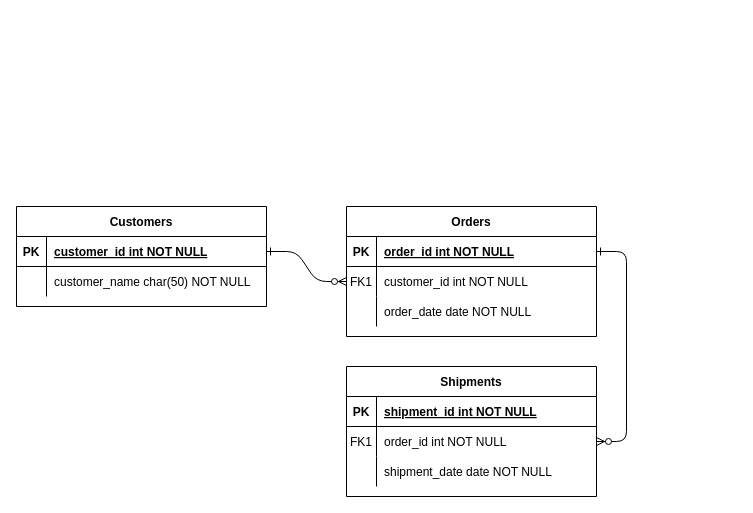
Before: 詐騙ERD.drawio in 0113-xuan/HW4, a draw.io diagram. Source tidied: cells renumbered, new cells numbered last; positions are measured from the earlier drawing's top-left corner, leaving out a move shared by most shapes. Both pictures are drawn from the tidied source at 100%, with x=0, y=0 at pixel (16, 206).
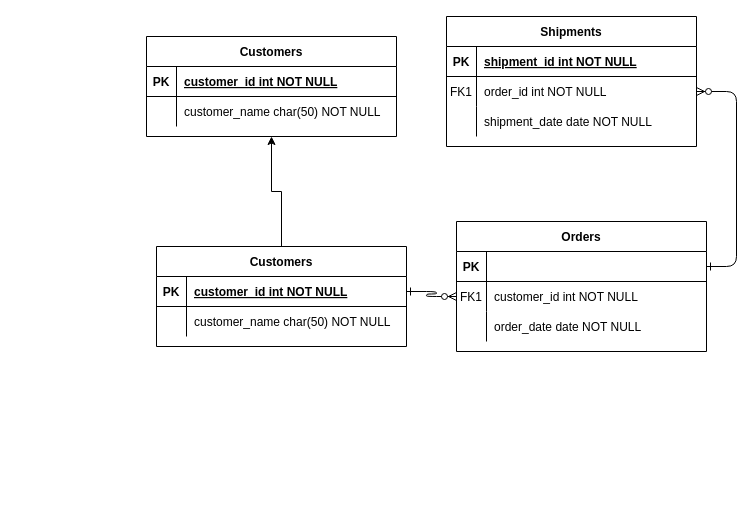
The same page after the edit.

The change refers to these unchanged cells:
```xml
<mxCell id="5" style="shape=partialRectangle;fillColor=none;points=[[0,0.5],[1,0.5]];portConstraint=eastwest;top=0;left=0;right=0;bottom=1;" parent="4" vertex="1">
  <mxGeometry y="30" width="250" height="30" as="geometry" />
</mxCell>
```

Change to the diagram source:
```diff
@@
     <mxCell id="4" value="Orders" style="shape=table;startSize=30;childLayout=tableLayout;rowLines=0;fontStyle=1;align=center;" parent="1" vertex="1">
-      <mxGeometry x="330" width="250" height="130" as="geometry" />
+      <mxGeometry x="440" y="15" width="250" height="130" as="geometry" />
     </mxCell>
@@
-    <mxCell id="7" value="order_id int NOT NULL " style="shape=partialRectangle;overflow=hidden;fillColor=none;top=0;left=0;bottom=0;right=0;align=left;spacingLeft=6;fontStyle=5;" parent="5" vertex="1">
+    <mxCell id="7" style="shape=partialRectangle;overflow=hidden;fillColor=none;top=0;left=0;bottom=0;right=0;align=left;spacingLeft=6;fontStyle=5;" parent="5" vertex="1">
       <mxGeometry x="30" width="220" height="30" as="geometry" />
     </mxCell>
@@
     <mxCell id="14" value="Shipments" style="shape=table;startSize=30;childLayout=tableLayout;rowLines=0;fontStyle=1;align=center;" parent="1" vertex="1">
-      <mxGeometry x="330" y="160" width="250" height="130" as="geometry" />
+      <mxGeometry x="430" y="-190" width="250" height="130" as="geometry" />
     </mxCell>
@@
+    <mxCell id="31" style="edgeStyle=orthogonalEdgeStyle;rounded=0;jettySize=auto;html=1;" parent="1" edge="1" source="24" target="32">
+      <mxGeometry relative="1" as="geometry" />
+    </mxCell>
     <mxCell id="24" value="Customers" style="shape=table;startSize=30;childLayout=tableLayout;rowLines=0;fontStyle=1;align=center;" parent="1" vertex="1">
-      <mxGeometry width="250" height="100" as="geometry" />
+      <mxGeometry x="140" y="40" width="250" height="100" as="geometry" />
     </mxCell>
@@
+    <mxCell id="32" value="Customers" style="shape=table;startSize=30;childLayout=tableLayout;rowLines=0;fontStyle=1;align=center;" parent="1" vertex="1">
+      <mxGeometry x="130" y="-170" width="250" height="100" as="geometry" />
+    </mxCell>
+    <mxCell id="33" style="shape=partialRectangle;fillColor=none;top=0;left=0;right=0;bottom=1;" parent="32" vertex="1">
+      <mxGeometry y="30" width="250" height="30" as="geometry" />
+    </mxCell>
+    <mxCell id="34" value="PK" style="shape=partialRectangle;overflow=hidden;fillColor=none;top=0;left=0;bottom=0;right=0;fontStyle=1;" parent="33" vertex="1">
+      <mxGeometry width="30" height="30" as="geometry" />
+    </mxCell>
+    <mxCell id="35" value="customer_id int NOT NULL " style="shape=partialRectangle;overflow=hidden;fillColor=none;top=0;left=0;bottom=0;right=0;align=left;spacingLeft=6;fontStyle=5;" parent="33" vertex="1">
+      <mxGeometry x="30" width="220" height="30" as="geometry" />
+    </mxCell>
+    <mxCell id="36" style="shape=partialRectangle;fillColor=none;top=0;left=0;right=0;bottom=0;" parent="32" vertex="1">
+      <mxGeometry y="60" width="250" height="30" as="geometry" />
+    </mxCell>
+    <mxCell id="37" style="shape=partialRectangle;overflow=hidden;fillColor=none;top=0;left=0;bottom=0;right=0;" parent="36" vertex="1">
+      <mxGeometry width="30" height="30" as="geometry" />
+    </mxCell>
+    <mxCell id="38" value="customer_name char(50) NOT NULL" style="shape=partialRectangle;overflow=hidden;fillColor=none;top=0;left=0;bottom=0;right=0;align=left;spacingLeft=6;" parent="36" vertex="1">
+      <mxGeometry x="30" width="220" height="30" as="geometry" />
+    </mxCell>
```
